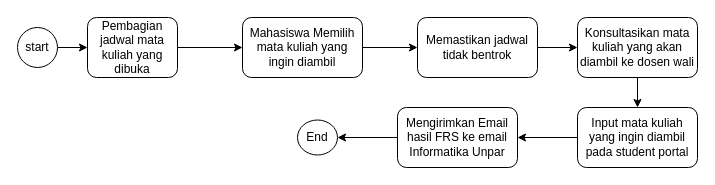
Before: diagram/Diagram Alur Pengisian FRS.drawio in putra443/perangkat-lunak-simulasi-frs, a draw.io diagram. Source tidied: cells renumbered, new cells numbered last; positions are measured from the earlier drawing's top-left corner, leaving out a move shared by most shapes. Both pictures are drawn from the tidied source at 100%, with x=0, y=0 at pixel (17, 17).
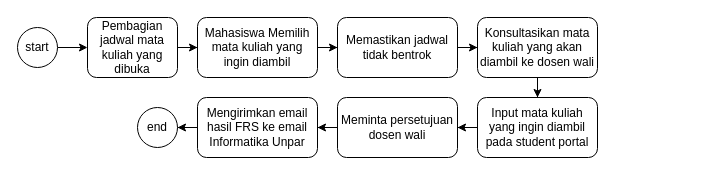
The same page after the edit.

Diff of the diagram source:
```diff
@@
 <mxGraphModel>
   <root>
     <mxCell id="0" />
     <mxCell id="1" parent="0" />
     <mxCell id="2" style="edgeStyle=orthogonalEdgeStyle;rounded=0;jettySize=auto;html=1;" parent="1" edge="1" source="3" target="5">
       <mxGeometry relative="1" as="geometry" />
     </mxCell>
     <mxCell id="3" value="start" style="ellipse;whiteSpace=wrap;html=1;" parent="1" vertex="1">
       <mxGeometry y="10" width="40" height="40" as="geometry" />
     </mxCell>
     <mxCell id="4" style="edgeStyle=orthogonalEdgeStyle;rounded=0;jettySize=auto;html=1;" parent="1" edge="1" source="5" target="7">
       <mxGeometry relative="1" as="geometry" />
     </mxCell>
     <mxCell id="5" value="Pembagian jadwal mata kuliah yang dibuka" style="rounded=1;whiteSpace=wrap;html=1;" parent="1" vertex="1">
       <mxGeometry x="70" width="90" height="60" as="geometry" />
     </mxCell>
     <mxCell id="6" style="edgeStyle=orthogonalEdgeStyle;rounded=0;jettySize=auto;html=1;" parent="1" edge="1" source="7" target="9">
       <mxGeometry relative="1" as="geometry" />
     </mxCell>
     <mxCell id="7" value="Mahasiswa Memilih mata kuliah yang ingin diambil" style="whiteSpace=wrap;html=1;rounded=1;" parent="1" vertex="1">
-      <mxGeometry x="225" width="120" height="60" as="geometry" />
+      <mxGeometry x="180" width="120" height="60" as="geometry" />
     </mxCell>
     <mxCell id="8" style="edgeStyle=orthogonalEdgeStyle;rounded=0;jettySize=auto;html=1;" parent="1" edge="1" source="9" target="11">
       <mxGeometry relative="1" as="geometry" />
     </mxCell>
     <mxCell id="9" value="Memastikan jadwal tidak bentrok" style="whiteSpace=wrap;html=1;rounded=1;" parent="1" vertex="1">
-      <mxGeometry x="400" width="120" height="60" as="geometry" />
+      <mxGeometry x="320" width="120" height="60" as="geometry" />
     </mxCell>
     <mxCell id="10" style="edgeStyle=orthogonalEdgeStyle;rounded=0;jettySize=auto;html=1;" parent="1" edge="1" source="11" target="13">
       <mxGeometry relative="1" as="geometry" />
     </mxCell>
     <mxCell id="11" value="Konsultasikan mata kuliah yang akan diambil ke dosen wali" style="whiteSpace=wrap;html=1;rounded=1;" parent="1" vertex="1">
-      <mxGeometry x="560" width="120" height="60" as="geometry" />
+      <mxGeometry x="460" width="120" height="60" as="geometry" />
     </mxCell>
-    <mxCell id="12" style="edgeStyle=orthogonalEdgeStyle;rounded=0;jettySize=auto;html=1;" parent="1" edge="1" source="13" target="15">
-      <mxGeometry relative="1" as="geometry" />
-    </mxCell>
+    <mxCell id="17" style="edgeStyle=orthogonalEdgeStyle;rounded=0;jettySize=auto;html=1;" parent="1" edge="1" source="13" target="19">
+      <mxGeometry relative="1" as="geometry" />
+    </mxCell>
     <mxCell id="13" value="Input mata kuliah yang ingin diambil pada student portal" style="whiteSpace=wrap;html=1;rounded=1;" parent="1" vertex="1">
-      <mxGeometry x="560" y="90" width="120" height="60" as="geometry" />
+      <mxGeometry x="460" y="80" width="120" height="60" as="geometry" />
     </mxCell>
-    <mxCell id="14" style="edgeStyle=orthogonalEdgeStyle;rounded=0;jettySize=auto;html=1;" parent="1" edge="1" source="15" target="16">
-      <mxGeometry relative="1" as="geometry" />
-    </mxCell>
-    <mxCell id="15" value="Mengirimkan Email hasil FRS ke email Informatika Unpar" style="whiteSpace=wrap;html=1;rounded=1;" parent="1" vertex="1">
-      <mxGeometry x="380" y="90" width="120" height="60" as="geometry" />
-    </mxCell>
-    <mxCell id="16" value="End" style="ellipse;whiteSpace=wrap;html=1;rounded=1;" parent="1" vertex="1">
-      <mxGeometry x="280" y="102.5" width="40" height="35" as="geometry" />
-    </mxCell>
+    <mxCell id="18" style="edgeStyle=orthogonalEdgeStyle;rounded=0;jettySize=auto;html=1;" parent="1" edge="1" source="19" target="21">
+      <mxGeometry relative="1" as="geometry" />
+    </mxCell>
+    <mxCell id="19" value="Meminta persetujuan dosen wali" style="whiteSpace=wrap;html=1;rounded=1;" parent="1" vertex="1">
+      <mxGeometry x="320" y="80" width="120" height="60" as="geometry" />
+    </mxCell>
+    <mxCell id="20" style="edgeStyle=orthogonalEdgeStyle;rounded=0;jettySize=auto;html=1;" parent="1" edge="1" source="21" target="22">
+      <mxGeometry relative="1" as="geometry" />
+    </mxCell>
+    <mxCell id="21" value="Mengirimkan email hasil FRS ke email Informatika Unpar" style="whiteSpace=wrap;html=1;rounded=1;" parent="1" vertex="1">
+      <mxGeometry x="180" y="80" width="120" height="60" as="geometry" />
+    </mxCell>
+    <mxCell id="22" value="end" style="ellipse;whiteSpace=wrap;html=1;" parent="1" vertex="1">
+      <mxGeometry x="120" y="90" width="40" height="40" as="geometry" />
+    </mxCell>
   </root>
 </mxGraphModel>
```
